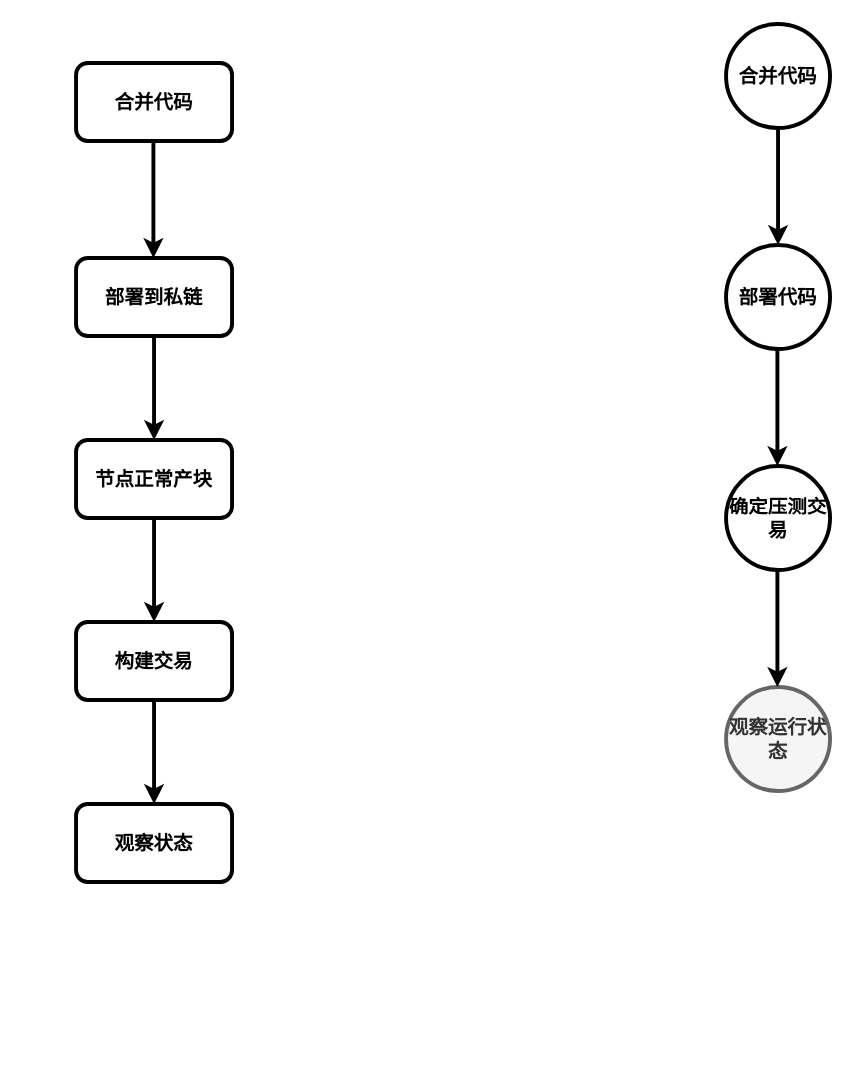
Earlier version of the draw.io diagram drawio/压测流程.drawio (forfreeday/design). Source tidied: cells renumbered, new cells numbered last; positions are measured from the earlier drawing's top-left corner, leaving out a move shared by most shapes. Both pictures are drawn from the tidied source at 130%, with x=0, y=0 at pixel (75, 23).
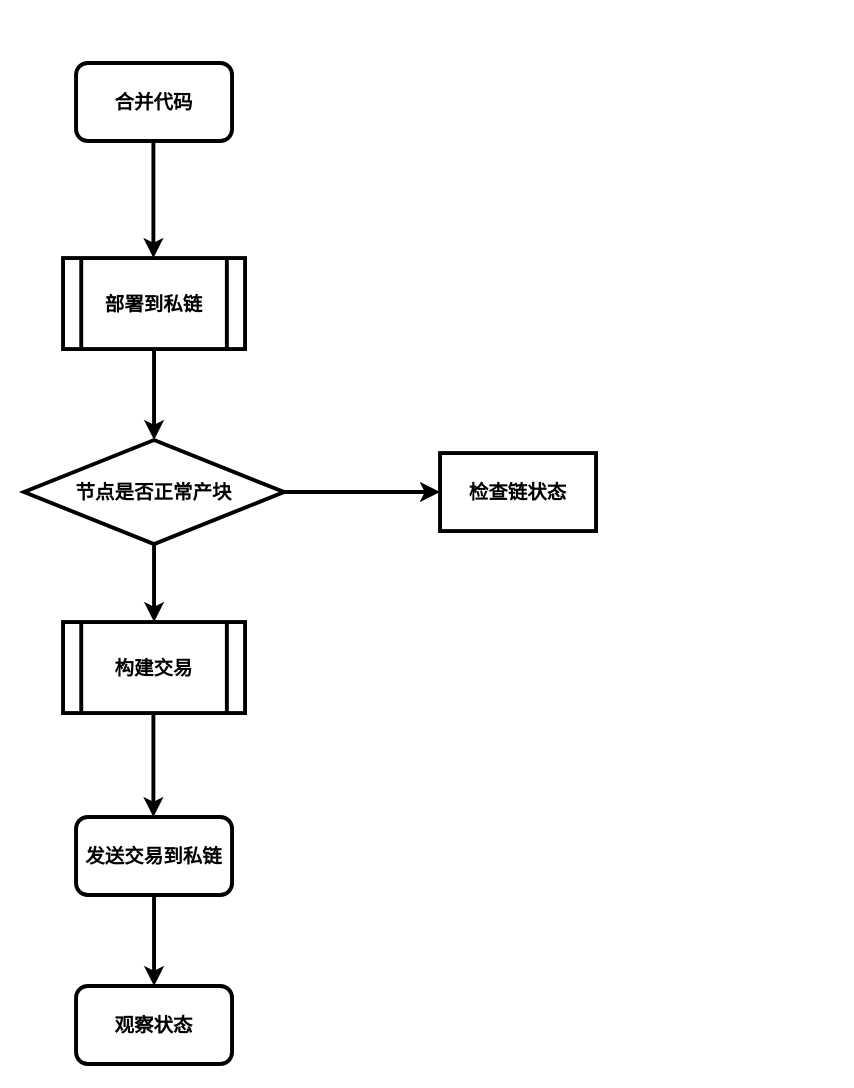
The same page after the edit.

Commit message (it also covers changes not shown here):
更新压测流程.drawio

What changed in the source:
```diff
@@
-    <mxCell id="2" value="&lt;b&gt;&lt;font style=&quot;font-size: 15px;&quot;&gt;合并代码&lt;/font&gt;&lt;/b&gt;" style="ellipse;whiteSpace=wrap;html=1;strokeWidth=3;" parent="1" vertex="1">
-      <mxGeometry x="500" width="80" height="80" as="geometry" />
-    </mxCell>
-    <mxCell id="3" value="&lt;font style=&quot;font-size: 15px;&quot;&gt;&lt;b&gt;部署代码&lt;/b&gt;&lt;/font&gt;" style="ellipse;whiteSpace=wrap;html=1;strokeWidth=3;" parent="1" vertex="1">
-      <mxGeometry x="500" y="170" width="80" height="80" as="geometry" />
-    </mxCell>
-    <mxCell id="4" style="endArrow=classic;html=1;rounded=0;strokeWidth=3;" parent="1" edge="1" target="3">
-      <mxGeometry relative="1" as="geometry">
-        <mxPoint x="540" y="80" as="sourcePoint" />
-      </mxGeometry>
-    </mxCell>
-    <mxCell id="5" value="&lt;font style=&quot;font-size: 15px;&quot;&gt;&lt;b&gt;确定压测交易&lt;/b&gt;&lt;/font&gt;" style="ellipse;whiteSpace=wrap;html=1;strokeWidth=3;" parent="1" vertex="1">
-      <mxGeometry x="500" y="340" width="80" height="80" as="geometry" />
-    </mxCell>
-    <mxCell id="6" style="endArrow=classic;html=1;rounded=0;strokeWidth=3;" parent="1" edge="1">
-      <mxGeometry relative="1" as="geometry">
-        <mxPoint x="539.5" y="250" as="sourcePoint" />
-        <mxPoint x="539.5" y="340" as="targetPoint" />
-      </mxGeometry>
-    </mxCell>
-    <mxCell id="7" value="&lt;b&gt;&lt;font style=&quot;font-size: 15px;&quot;&gt;观察运行状态&lt;/font&gt;&lt;/b&gt;" style="ellipse;whiteSpace=wrap;html=1;strokeWidth=3;fillColor=#f5f5f5;strokeColor=#666666;fontColor=#333333;" parent="1" vertex="1">
-      <mxGeometry x="500" y="510" width="80" height="80" as="geometry" />
-    </mxCell>
-    <mxCell id="8" style="endArrow=classic;html=1;rounded=0;strokeWidth=3;" parent="1" edge="1">
-      <mxGeometry relative="1" as="geometry">
-        <mxPoint x="539.5" y="420" as="sourcePoint" />
-        <mxPoint x="539.5" y="510" as="targetPoint" />
-      </mxGeometry>
-    </mxCell>
@@
-    <mxCell id="11" style="edgeStyle=orthogonalEdgeStyle;rounded=0;jettySize=auto;html=1;strokeWidth=3;fontSize=15;" parent="1" edge="1" source="12" target="14">
-      <mxGeometry relative="1" as="geometry" />
+    <mxCell id="11" style="edgeStyle=orthogonalEdgeStyle;rounded=0;orthogonalLoop=1;jettySize=auto;html=1;strokeWidth=3;fontSize=15;" parent="1" edge="1">
+      <mxGeometry relative="1" as="geometry">
+        <mxPoint x="60" y="240" as="sourcePoint" />
+        <mxPoint x="60" y="320" as="targetPoint" />
+      </mxGeometry>
     </mxCell>
+    <mxCell id="13" style="edgeStyle=orthogonalEdgeStyle;rounded=0;orthogonalLoop=1;jettySize=auto;html=1;strokeWidth=3;fontSize=15;" parent="1" edge="1">
+      <mxGeometry relative="1" as="geometry">
+        <mxPoint x="60" y="380" as="sourcePoint" />
+        <mxPoint x="60" y="460" as="targetPoint" />
+      </mxGeometry>
+    </mxCell>
+    <mxCell id="17" value="&lt;b&gt;观察状态&lt;/b&gt;" style="whiteSpace=wrap;html=1;fontSize=15;rounded=1;strokeWidth=3;" parent="1" vertex="1">
+      <mxGeometry y="740" width="120" height="60" as="geometry" />
+    </mxCell>
+    <mxCell id="18" style="edgeStyle=orthogonalEdgeStyle;rounded=0;jettySize=auto;html=1;strokeWidth=3;fontSize=15;" parent="1" edge="1" source="19" target="22">
+      <mxGeometry relative="1" as="geometry" />
+    </mxCell>
+    <mxCell id="19" value="&lt;b style=&quot;border-color: var(--border-color);&quot;&gt;节点是否正常产块&lt;/b&gt;" style="rhombus;whiteSpace=wrap;html=1;strokeWidth=3;fontSize=15;" parent="1" vertex="1">
+      <mxGeometry x="-40" y="320" width="200" height="80" as="geometry" />
+    </mxCell>
+    <mxCell id="20" style="edgeStyle=orthogonalEdgeStyle;rounded=0;jettySize=auto;html=1;strokeWidth=3;fontSize=15;" parent="1" edge="1" source="21" target="17">
+      <mxGeometry relative="1" as="geometry" />
+    </mxCell>
+    <mxCell id="21" value="&lt;b&gt;发送交易到私链&lt;/b&gt;" style="rounded=1;whiteSpace=wrap;html=1;strokeWidth=3;fontSize=15;" parent="1" vertex="1">
+      <mxGeometry y="610" width="120" height="60" as="geometry" />
+    </mxCell>
+    <mxCell id="22" value="&lt;b&gt;检查链状态&lt;/b&gt;" style="whiteSpace=wrap;html=1;fontSize=15;strokeWidth=3;" parent="1" vertex="1">
+      <mxGeometry x="280" y="330" width="120" height="60" as="geometry" />
+    </mxCell>
-    <mxCell id="12" value="&lt;b style=&quot;border-color: var(--border-color);&quot;&gt;部署到私链&lt;/b&gt;" style="rounded=1;whiteSpace=wrap;html=1;strokeWidth=3;fontSize=15;" parent="1" vertex="1">
-      <mxGeometry y="180" width="120" height="60" as="geometry" />
+    <mxCell id="12" value="&lt;b style=&quot;border-color: var(--border-color);&quot;&gt;部署到私链&lt;/b&gt;" style="shape=process;whiteSpace=wrap;html=1;backgroundOutline=1;strokeWidth=3;fontSize=15;" parent="1" vertex="1">
+      <mxGeometry x="-10" y="180" width="140" height="70" as="geometry" />
     </mxCell>
-    <mxCell id="13" style="edgeStyle=orthogonalEdgeStyle;rounded=0;jettySize=auto;html=1;strokeWidth=3;fontSize=15;" parent="1" edge="1" source="14" target="16">
-      <mxGeometry relative="1" as="geometry" />
-    </mxCell>
-    <mxCell id="14" value="&lt;b style=&quot;border-color: var(--border-color);&quot;&gt;节点正常产块&lt;br&gt;&lt;/b&gt;" style="rounded=1;whiteSpace=wrap;html=1;strokeWidth=3;fontSize=15;" parent="1" vertex="1">
-      <mxGeometry y="320" width="120" height="60" as="geometry" />
-    </mxCell>
-    <mxCell id="15" style="edgeStyle=orthogonalEdgeStyle;rounded=0;jettySize=auto;html=1;strokeWidth=3;fontSize=15;" parent="1" edge="1" source="16" target="17">
-      <mxGeometry relative="1" as="geometry" />
-    </mxCell>
-    <mxCell id="16" value="&lt;b&gt;构建交易&lt;/b&gt;" style="whiteSpace=wrap;html=1;fontSize=15;rounded=1;strokeWidth=3;" parent="1" vertex="1">
-      <mxGeometry y="460" width="120" height="60" as="geometry" />
+    <mxCell id="16" value="&lt;b style=&quot;border-color: var(--border-color);&quot;&gt;构建交易&lt;/b&gt;" style="shape=process;whiteSpace=wrap;html=1;backgroundOutline=1;strokeWidth=3;fontSize=15;" parent="1" vertex="1">
+      <mxGeometry x="-10" y="460" width="140" height="70" as="geometry" />
     </mxCell>
-    <mxCell id="17" value="&lt;b&gt;观察状态&lt;/b&gt;" style="whiteSpace=wrap;html=1;fontSize=15;rounded=1;strokeWidth=3;" parent="1" vertex="1">
-      <mxGeometry y="600" width="120" height="60" as="geometry" />
-    </mxCell>
+    <mxCell id="23" style="edgeStyle=orthogonalEdgeStyle;rounded=0;orthogonalLoop=1;jettySize=auto;html=1;strokeWidth=3;fontSize=15;" parent="1" edge="1">
+      <mxGeometry relative="1" as="geometry">
+        <mxPoint x="59.5" y="530" as="sourcePoint" />
+        <mxPoint x="59.5" y="610" as="targetPoint" />
+      </mxGeometry>
+    </mxCell>
```
